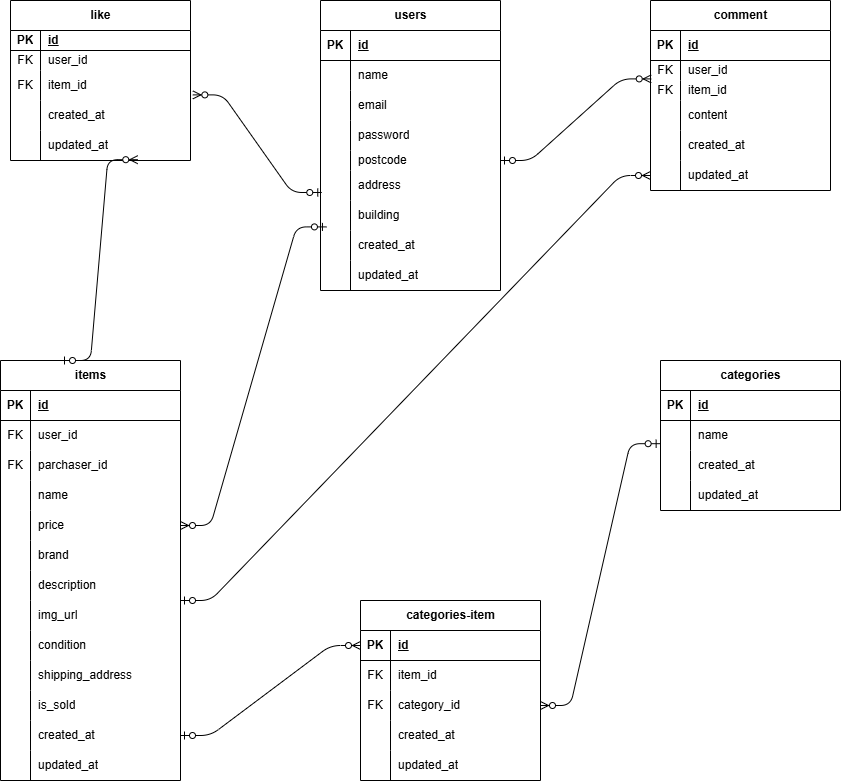
Above: ER.drawio.png in sugi3105/furima (draw.io), before the change. Source tidied: cells renumbered, new cells last; positions are measured from the earlier drawing's top-left corner, leaving out a move shared by most shapes.
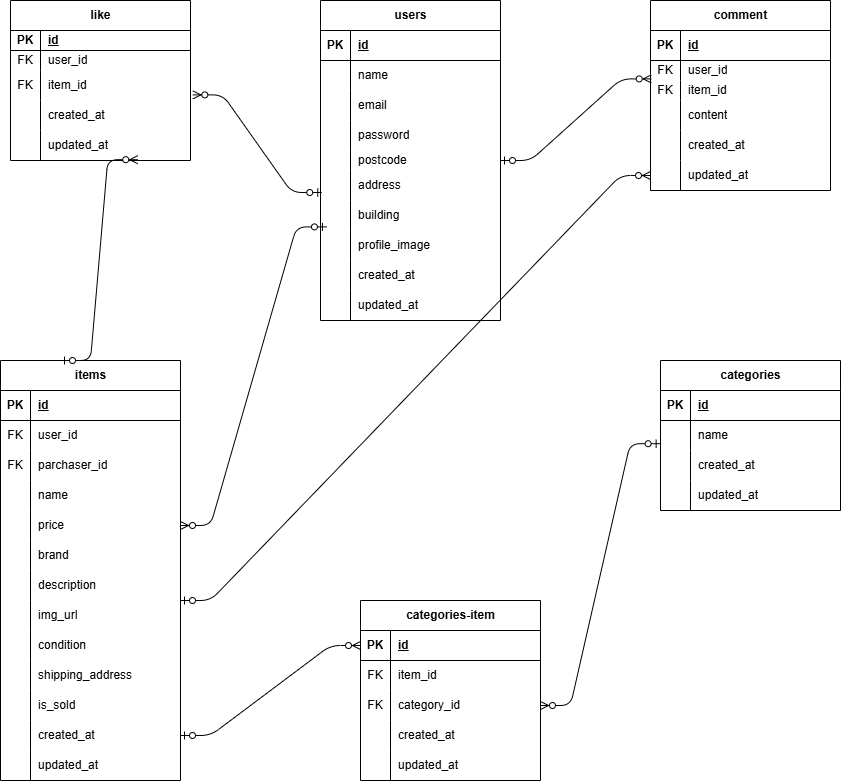
Later version of the same file.

The edit, as a diff of the source:
```diff
@@ -51,7 +51,7 @@
       <mxGeometry x="30" width="150" height="30" as="geometry" />
     </mxCell>
     <mxCell id="18" value="users" style="shape=table;startSize=30;rowLines=0;fontStyle=1;align=center;html=1;" parent="1" vertex="1">
-      <mxGeometry x="360" width="180" height="290" as="geometry" />
+      <mxGeometry x="360" width="180" height="320" as="geometry" />
     </mxCell>
     <mxCell id="19" style="shape=tableRow;horizontal=0;startSize=0;swimlaneHead=0;swimlaneBody=0;fillColor=none;top=0;left=0;right=0;bottom=1;" parent="18" vertex="1">
       <mxGeometry y="30" width="180" height="30" as="geometry" />
@@ -116,8 +116,17 @@
     <mxCell id="39" value="building" style="shape=partialRectangle;fillColor=none;top=0;left=0;bottom=0;right=0;align=left;spacingLeft=6;overflow=hidden;whiteSpace=wrap;html=1;" parent="37" vertex="1">
       <mxGeometry x="30" width="150" height="30" as="geometry" />
     </mxCell>
+    <mxCell id="141" style="shape=tableRow;horizontal=0;startSize=0;swimlaneHead=0;swimlaneBody=0;fillColor=none;top=0;left=0;right=0;bottom=0;" parent="18" vertex="1">
+      <mxGeometry y="230" width="180" height="30" as="geometry" />
+    </mxCell>
+    <mxCell id="142" style="shape=partialRectangle;fillColor=none;top=0;left=0;bottom=0;right=0;overflow=hidden;whiteSpace=wrap;html=1;" parent="141" vertex="1">
+      <mxGeometry width="30" height="30" as="geometry" />
+    </mxCell>
+    <mxCell id="143" value="profile_image" style="shape=partialRectangle;fillColor=none;top=0;left=0;bottom=0;right=0;align=left;spacingLeft=6;overflow=hidden;whiteSpace=wrap;html=1;" parent="141" vertex="1">
+      <mxGeometry x="30" width="150" height="30" as="geometry" />
+    </mxCell>
     <mxCell id="40" style="shape=tableRow;horizontal=0;startSize=0;swimlaneHead=0;swimlaneBody=0;fillColor=none;top=0;left=0;right=0;bottom=0;" parent="18" vertex="1">
-      <mxGeometry y="230" width="180" height="30" as="geometry" />
+      <mxGeometry y="260" width="180" height="30" as="geometry" />
     </mxCell>
     <mxCell id="41" style="shape=partialRectangle;fillColor=none;top=0;left=0;bottom=0;right=0;overflow=hidden;whiteSpace=wrap;html=1;" parent="40" vertex="1">
       <mxGeometry width="30" height="30" as="geometry" />
@@ -126,7 +135,7 @@
       <mxGeometry x="30" width="150" height="30" as="geometry" />
     </mxCell>
     <mxCell id="43" style="shape=tableRow;horizontal=0;startSize=0;swimlaneHead=0;swimlaneBody=0;fillColor=none;top=0;left=0;right=0;bottom=0;" parent="18" vertex="1">
-      <mxGeometry y="260" width="180" height="30" as="geometry" />
+      <mxGeometry y="290" width="180" height="30" as="geometry" />
     </mxCell>
     <mxCell id="44" style="shape=partialRectangle;fillColor=none;top=0;left=0;bottom=0;right=0;overflow=hidden;whiteSpace=wrap;html=1;" parent="43" vertex="1">
       <mxGeometry width="30" height="30" as="geometry" />
```
